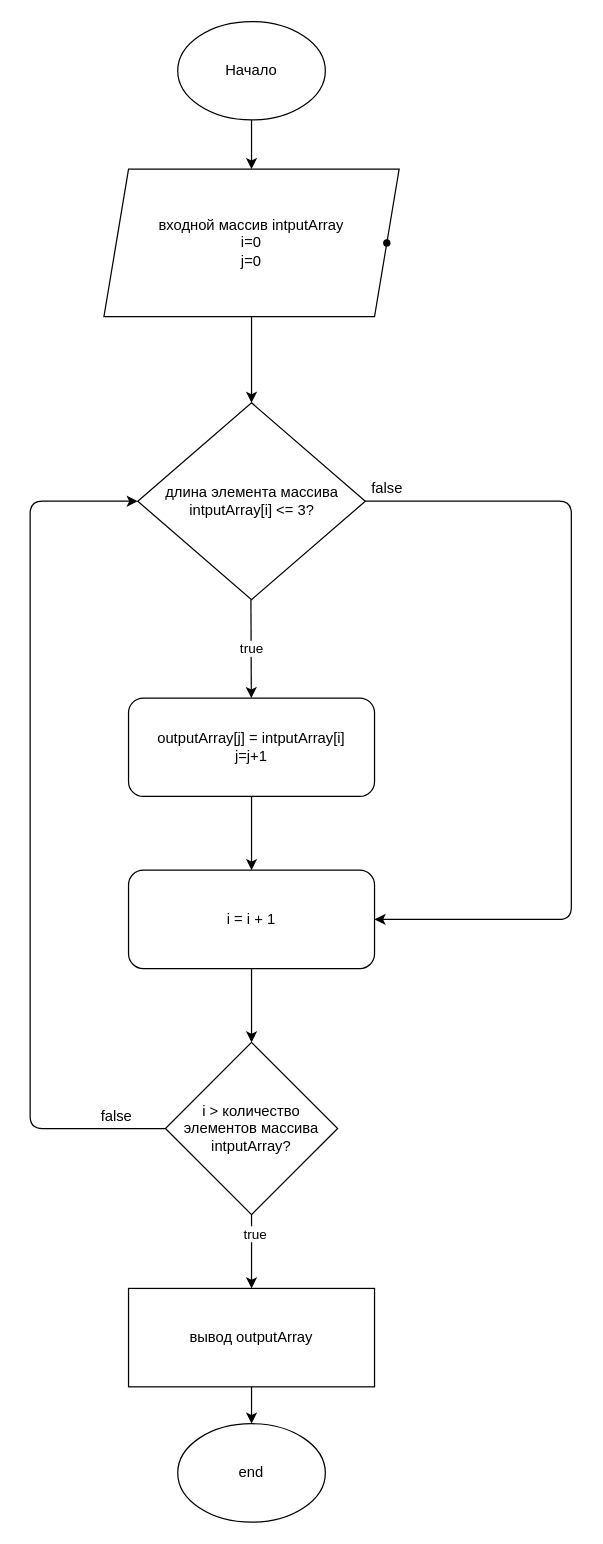
Before: scheme.drawio in eugene1284/Final_Test_Work, a draw.io diagram. Source tidied: cells renumbered, new cells numbered last; positions are measured from the earlier drawing's top-left corner, leaving out a move shared by most shapes. Both pictures are drawn from the tidied source at 123%, with x=0, y=0 at pixel (30, 21).
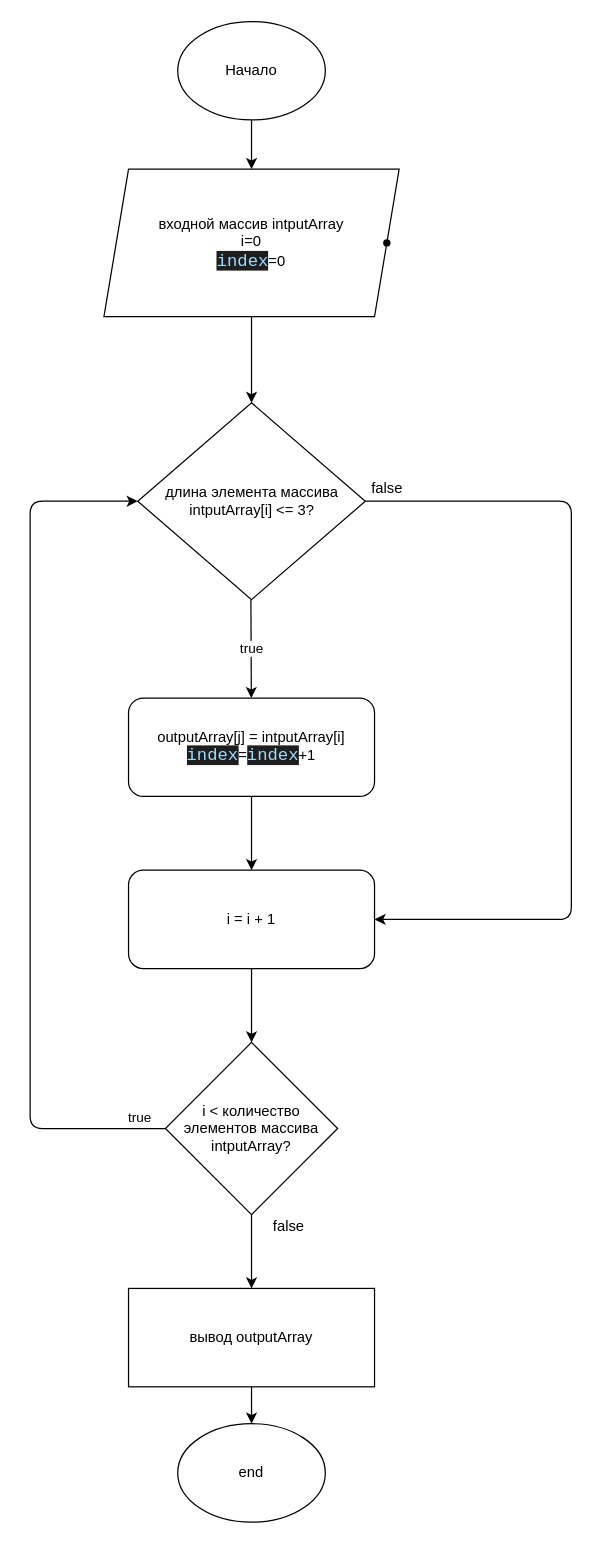
Above is the later version.

Unchanged cells that the change refers to:
```xml
<mxCell id="18" style="edgeStyle=none;html=1;" parent="1" edge="1" source="20" target="17">
  <mxGeometry relative="1" as="geometry" />
</mxCell>
```

The edit, as a diff of the source:
```diff
@@
-    <mxCell id="4" value="входной массив intputArray&lt;br&gt;i=0&lt;br&gt;j=0" style="shape=parallelogram;perimeter=parallelogramPerimeter;whiteSpace=wrap;html=1;fixedSize=1;" parent="1" vertex="1">
+    <mxCell id="4" value="входной массив intputArray&lt;br&gt;i=0&lt;br&gt;&lt;span style=&quot;color: rgb(156 , 220 , 254) ; background-color: rgb(30 , 30 , 30) ; font-family: &amp;#34;consolas&amp;#34; , &amp;#34;courier new&amp;#34; , monospace ; font-size: 14px&quot;&gt;index&lt;/span&gt;=0" style="shape=parallelogram;perimeter=parallelogramPerimeter;whiteSpace=wrap;html=1;fixedSize=1;" parent="1" vertex="1">
       <mxGeometry x="60" y="120" width="240" height="120" as="geometry" />
     </mxCell>
@@
-    <mxCell id="15" value="&lt;div&gt;outputArray[j] = intputArray[i]&lt;/div&gt;&lt;div&gt;j=j+1&lt;/div&gt;" style="rounded=1;whiteSpace=wrap;html=1;" parent="1" vertex="1">
+    <mxCell id="15" value="&lt;div&gt;outputArray[j] = intputArray[i]&lt;/div&gt;&lt;div&gt;&lt;span style=&quot;color: rgb(156 , 220 , 254) ; background-color: rgb(30 , 30 , 30) ; font-family: &amp;#34;consolas&amp;#34; , &amp;#34;courier new&amp;#34; , monospace ; font-size: 14px&quot;&gt;index&lt;/span&gt;=&lt;span style=&quot;color: rgb(156 , 220 , 254) ; background-color: rgb(30 , 30 , 30) ; font-family: &amp;#34;consolas&amp;#34; , &amp;#34;courier new&amp;#34; , monospace ; font-size: 14px&quot;&gt;index&lt;/span&gt;&lt;span&gt;+1&lt;/span&gt;&lt;/div&gt;" style="rounded=1;whiteSpace=wrap;html=1;" parent="1" vertex="1">
       <mxGeometry x="80" y="550" width="200" height="80" as="geometry" />
     </mxCell>
@@
     <mxCell id="19" value="true" style="edgeLabel;html=1;align=center;verticalAlign=middle;" parent="18" vertex="1">
-      <mxGeometry x="-0.5" y="2" relative="1" as="geometry" />
+      <mxGeometry x="-0.5" y="2" relative="1" as="geometry">
+        <mxPoint x="-94" y="-95" as="offset" />
+      </mxGeometry>
     </mxCell>
-    <mxCell id="20" value="i &amp;gt; количество элементов массива intputArray?" style="rhombus;whiteSpace=wrap;html=1;" parent="1" vertex="1">
+    <mxCell id="20" value="i &amp;lt; количество элементов массива intputArray?" style="rhombus;whiteSpace=wrap;html=1;" parent="1" vertex="1">
       <mxGeometry x="110" y="830" width="140" height="140" as="geometry" />
     </mxCell>
@@
     <mxCell id="22" value="false" style="text;html=1;align=center;verticalAlign=middle;strokeColor=none;fillColor=none;" parent="1" vertex="1">
-      <mxGeometry x="50" y="880" width="40" height="20" as="geometry" />
+      <mxGeometry x="190" y="970" width="40" height="20" as="geometry" />
     </mxCell>
```
